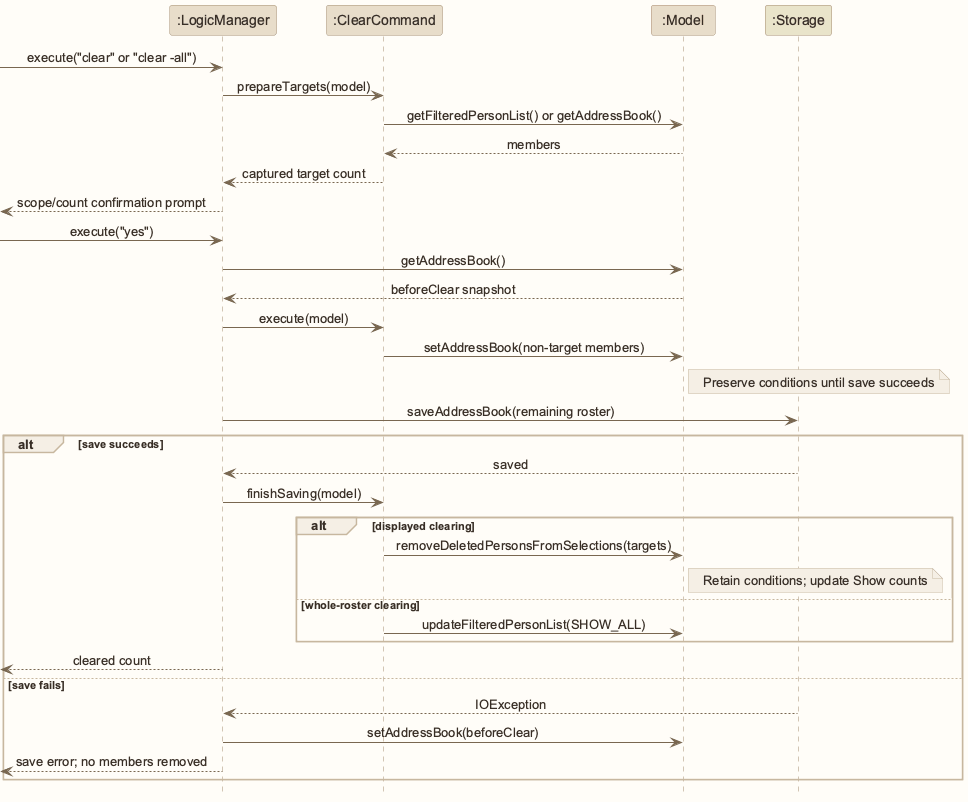
Earlier version of the PlantUML export docs/images/ClearScopeSequenceDiagram.png (AY2627S1-CS2103T-W12-1/tp). Source of this version:
```plantuml
@startuml
!include style.puml
skinparam ArrowFontStyle plain
participant ":LogicManager" as Logic LOGIC_COLOR
participant ":ClearCommand" as Clear LOGIC_COLOR
participant ":Model" as Model MODEL_COLOR
participant ":Storage" as Storage STORAGE_COLOR
[-> Logic : execute("clear" or "clear -all")
Logic -> Clear : prepareTargets(model)
Clear -> Model : getFilteredPersonList() or getAddressBook()
Model --> Clear : members
Clear --> Logic : captured target count
Logic -->[ : scope/count confirmation prompt
[-> Logic : execute("yes")
Logic -> Model : getAddressBook()
Model --> Logic : beforeClear snapshot
Logic -> Clear : execute(model)
Clear -> Model : setAddressBook(non-target members)
note right of Model : Preserve conditions until save succeeds
Logic -> Storage : saveAddressBook(remaining roster)
alt save succeeds
Storage --> Logic : saved
Logic -> Clear : finishSaving(model)
alt displayed clearing
Clear -> Model : removeDeletedPersonsFromSelections(targets)
note right of Model : Retain conditions; update Show counts
else whole-roster clearing
Clear -> Model : updateFilteredPersonList(SHOW_ALL)
end
Logic -->[ : cleared count
else save fails
Storage --> Logic : IOException
Logic -> Model : setAddressBook(beforeClear)
Logic -->[ : save error; no members removed
end
@enduml
```
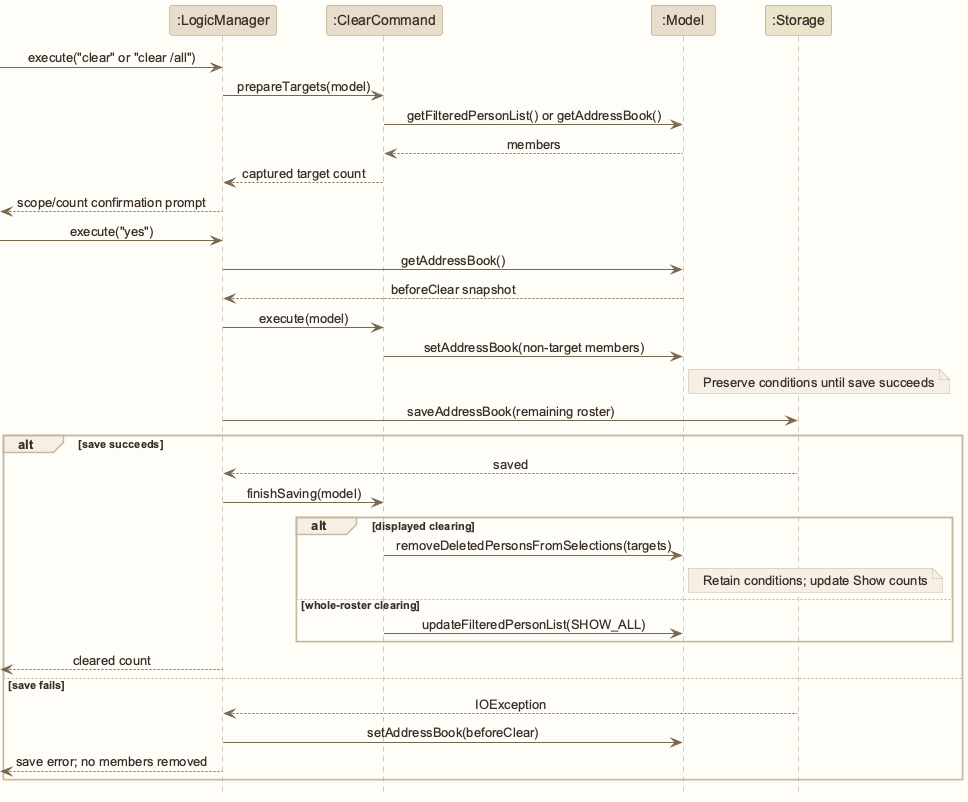
Later version of the same file.

The edit, as a diff of the source:
```diff
@@ -5,7 +5,7 @@
 participant ":ClearCommand" as Clear LOGIC_COLOR
 participant ":Model" as Model MODEL_COLOR
 participant ":Storage" as Storage STORAGE_COLOR
-[-> Logic : execute("clear" or "clear -all")
+[-> Logic : execute("clear" or "clear /all")
 Logic -> Clear : prepareTargets(model)
 Clear -> Model : getFilteredPersonList() or getAddressBook()
 Model --> Clear : members
```
